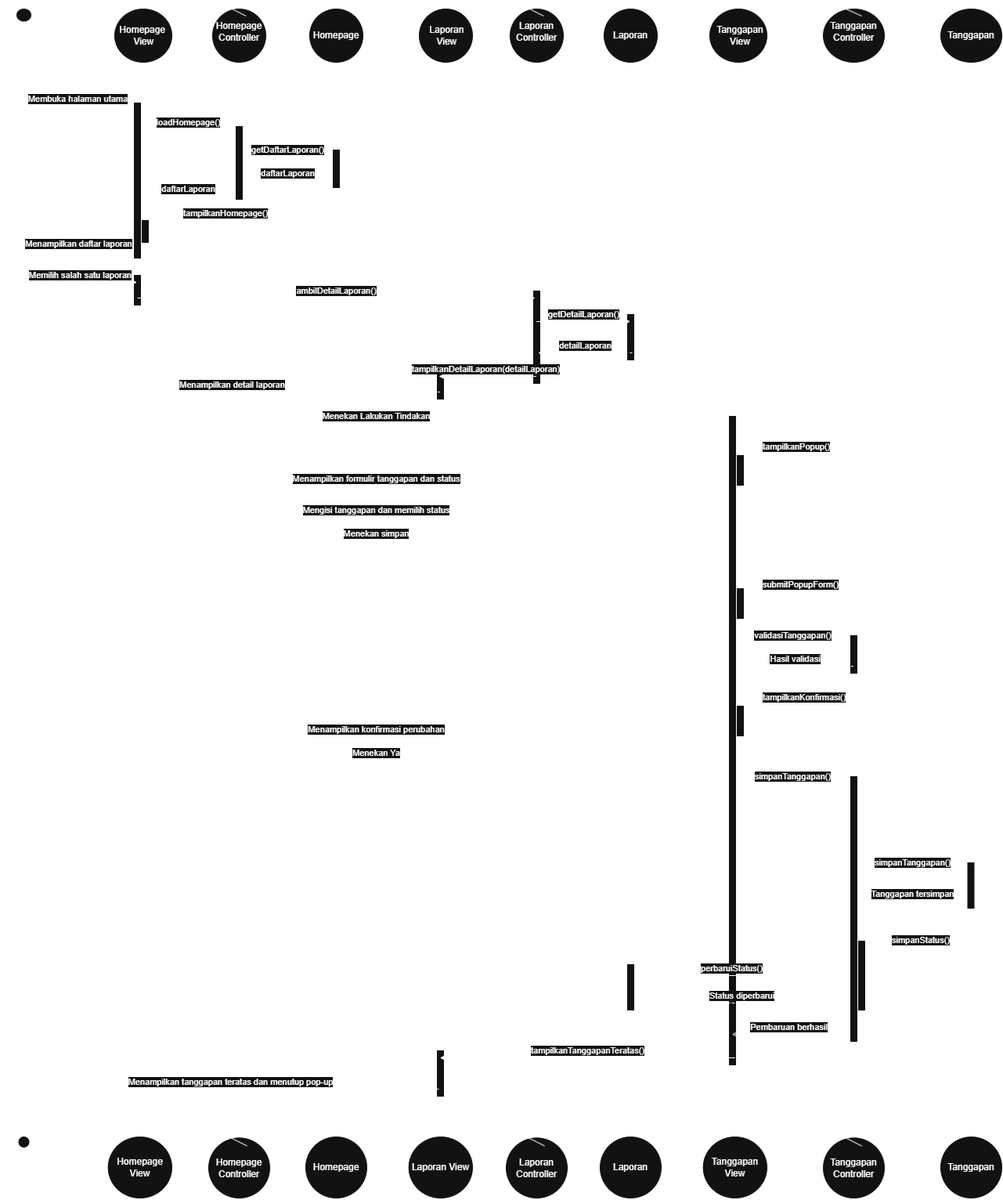
This is docs/M7/assets/diagram/diagramSekuensUC09Utama.drawio.png from ajalku/IF2150-RPL-K01-G01, a draw.io export, as it was before one commit. Source tidied: cells renumbered, new cells last; positions are measured from the earlier drawing's top-left corner, leaving out a move shared by most shapes.
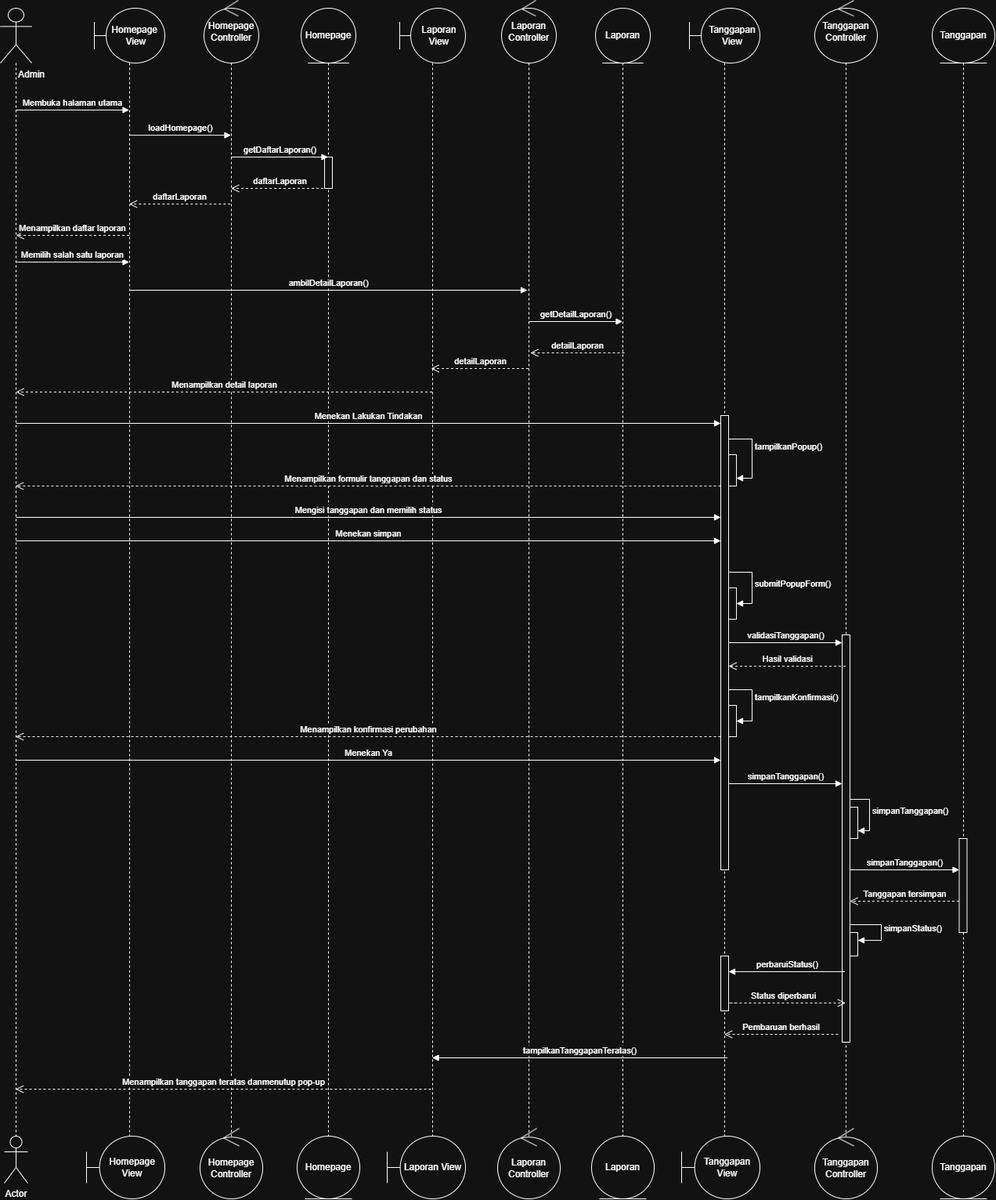
After the change.

Diff of the diagram source:
```diff
@@ -7,5 +7,2 @@
     </mxCell>
-    <mxCell id="3" style="html=1;points=[[0,0,0,0,5],[0,1,0,0,-5],[1,0,0,0,5],[1,1,0,0,-5]];perimeter=orthogonalPerimeter;outlineConnect=0;targetShapes=umlLifeline;portConstraint=eastwest;newEdgeStyle={&quot;curved&quot;:0,&quot;rounded&quot;:0};" parent="2" vertex="1">
-      <mxGeometry x="30" y="160" width="10" height="95" as="geometry" />
-    </mxCell>
     <mxCell id="4" value="Homepage" style="shape=umlLifeline;perimeter=lifelinePerimeter;whiteSpace=wrap;html=1;newEdgeStyle={&quot;curved&quot;:0,&quot;rounded&quot;:0};participant=umlEntity;size=70;" parent="1" vertex="1">
@@ -14,3 +11,3 @@
     <mxCell id="5" style="html=1;points=[[0,0,0,0,5],[0,1,0,0,-5],[1,0,0,0,5],[1,1,0,0,-5]];perimeter=orthogonalPerimeter;outlineConnect=0;targetShapes=umlLifeline;portConstraint=eastwest;newEdgeStyle={&quot;curved&quot;:0,&quot;rounded&quot;:0};" parent="4" vertex="1">
-      <mxGeometry x="30" y="180" width="10" height="50" as="geometry" />
+      <mxGeometry x="30" y="190" width="10" height="40" as="geometry" />
     </mxCell>
@@ -19,8 +16,2 @@
     </mxCell>
-    <mxCell id="7" style="html=1;perimeter=orthogonalPerimeter;targetShapes=umlLifeline;newEdgeStyle={&quot;curved&quot;:0,&quot;rounded&quot;:0};" parent="6" vertex="1">
-      <mxGeometry x="37" y="460" width="10" height="40" as="geometry" />
-    </mxCell>
-    <mxCell id="8" style="html=1;perimeter=orthogonalPerimeter;targetShapes=umlLifeline;newEdgeStyle={&quot;curved&quot;:0,&quot;rounded&quot;:0};" parent="6" vertex="1">
-      <mxGeometry x="37" y="1330" width="10" height="60" as="geometry" />
-    </mxCell>
     <mxCell id="9" value="Laporan Controller" style="shape=umlLifeline;perimeter=lifelinePerimeter;whiteSpace=wrap;html=1;outlineConnect=0;portConstraint=eastwest;newEdgeStyle={&quot;curved&quot;:0,&quot;rounded&quot;:0};participant=umlControl;size=80;" parent="1" vertex="1">
@@ -28,5 +19,2 @@
     </mxCell>
-    <mxCell id="10" style="html=1;perimeter=orthogonalPerimeter;targetShapes=umlLifeline;newEdgeStyle={&quot;curved&quot;:0,&quot;rounded&quot;:0};" parent="9" vertex="1">
-      <mxGeometry x="30" y="370" width="10" height="120" as="geometry" />
-    </mxCell>
     <mxCell id="11" value="Laporan" style="shape=umlLifeline;perimeter=lifelinePerimeter;whiteSpace=wrap;html=1;newEdgeStyle={&quot;curved&quot;:0,&quot;rounded&quot;:0};participant=umlEntity;size=70;" parent="1" vertex="1">
@@ -34,8 +22,2 @@
     </mxCell>
-    <mxCell id="12" style="html=1;points=[[0,0,0,0,5],[0,1,0,0,-5],[1,0,0,0,5],[1,1,0,0,-5]];perimeter=orthogonalPerimeter;outlineConnect=0;targetShapes=umlLifeline;portConstraint=eastwest;newEdgeStyle={&quot;curved&quot;:0,&quot;rounded&quot;:0};" parent="11" vertex="1">
-      <mxGeometry x="30" y="1220" width="10" height="60" as="geometry" />
-    </mxCell>
-    <mxCell id="13" style="html=1;perimeter=orthogonalPerimeter;targetShapes=umlLifeline;newEdgeStyle={&quot;curved&quot;:0,&quot;rounded&quot;:0};" parent="11" vertex="1">
-      <mxGeometry x="30" y="390" width="10" height="60" as="geometry" />
-    </mxCell>
     <mxCell id="14" style="shape=umlLifeline;perimeter=lifelinePerimeter;whiteSpace=wrap;html=1;outlineConnect=0;portConstraint=eastwest;newEdgeStyle={&quot;curved&quot;:0,&quot;rounded&quot;:0};participant=umlActor;size=70;" parent="1" vertex="1">
@@ -44,3 +26,3 @@
     <mxCell id="15" value="Admin" style="text;html=1;whiteSpace=wrap;strokeColor=none;fillColor=none;align=center;verticalAlign=middle;rounded=0;" parent="1" vertex="1">
-      <mxGeometry y="80" width="60" height="30" as="geometry" />
+      <mxGeometry x="20" y="80" width="60" height="30" as="geometry" />
     </mxCell>
@@ -49,19 +31,2 @@
     </mxCell>
-    <mxCell id="17" style="html=1;points=[[0,0,0,0,5],[0,1,0,0,-5],[1,0,0,0,5],[1,1,0,0,-5]];perimeter=orthogonalPerimeter;outlineConnect=0;targetShapes=umlLifeline;portConstraint=eastwest;newEdgeStyle={&quot;curved&quot;:0,&quot;rounded&quot;:0};" parent="16" vertex="1">
-      <mxGeometry x="50" y="270" width="10" height="30" as="geometry" />
-    </mxCell>
-    <mxCell id="18" value="tampilkanHomepage()" style="html=1;align=left;spacingLeft=2;endArrow=block;rounded=0;edgeStyle=orthogonalEdgeStyle;curved=0;rounded=0;" parent="16" edge="1" source="16" target="17">
-      <mxGeometry relative="1" as="geometry">
-        <Array as="points">
-          <mxPoint x="100" y="260" />
-          <mxPoint x="100" y="280" />
-        </Array>
-      </mxGeometry>
-    </mxCell>
-    <mxCell id="19" style="html=1;points=[[0,0,0,0,5],[0,1,0,0,-5],[1,0,0,0,5],[1,1,0,0,-5]];perimeter=orthogonalPerimeter;outlineConnect=0;targetShapes=umlLifeline;portConstraint=eastwest;newEdgeStyle={&quot;curved&quot;:0,&quot;rounded&quot;:0};" parent="16" vertex="1">
-      <mxGeometry x="40" y="120" width="10" height="200" as="geometry" />
-    </mxCell>
-    <mxCell id="20" style="html=1;perimeter=orthogonalPerimeter;targetShapes=umlLifeline;newEdgeStyle={&quot;curved&quot;:0,&quot;rounded&quot;:0};" parent="16" vertex="1">
-      <mxGeometry x="40" y="340" width="10" height="40" as="geometry" />
-    </mxCell>
     <mxCell id="21" value="&amp;nbsp; &amp;nbsp; &amp;nbsp; Tanggapan&lt;div&gt;&amp;nbsp; &amp;nbsp; &amp;nbsp; View&lt;/div&gt;" style="shape=umlLifeline;perimeter=lifelinePerimeter;whiteSpace=wrap;html=1;outlineConnect=0;portConstraint=eastwest;newEdgeStyle={&quot;curved&quot;:0,&quot;rounded&quot;:0};participant=umlBoundary;size=70;" parent="1" vertex="1">
@@ -83,3 +48,3 @@
     <mxCell id="24" style="html=1;points=[[0,0,0,0,5],[0,1,0,0,-5],[1,0,0,0,5],[1,1,0,0,-5]];perimeter=orthogonalPerimeter;outlineConnect=0;targetShapes=umlLifeline;portConstraint=eastwest;newEdgeStyle={&quot;curved&quot;:0,&quot;rounded&quot;:0};" parent="21" vertex="1">
-      <mxGeometry x="40" y="520" width="10" height="830" as="geometry" />
+      <mxGeometry x="40" y="520" width="10" height="580" as="geometry" />
     </mxCell>
@@ -109,2 +74,5 @@
     </mxCell>
+    <mxCell id="12" style="html=1;points=[[0,0,0,0,5],[0,1,0,0,-5],[1,0,0,0,5],[1,1,0,0,-5]];perimeter=orthogonalPerimeter;outlineConnect=0;targetShapes=umlLifeline;portConstraint=eastwest;newEdgeStyle={&quot;curved&quot;:0,&quot;rounded&quot;:0};" parent="21" vertex="1">
+      <mxGeometry x="40" y="1210" width="10" height="70" as="geometry" />
+    </mxCell>
     <mxCell id="29" value="Tanggapan" style="shape=umlLifeline;perimeter=lifelinePerimeter;whiteSpace=wrap;html=1;newEdgeStyle={&quot;curved&quot;:0,&quot;rounded&quot;:0};participant=umlEntity;size=70;" parent="1" vertex="1">
@@ -113,3 +81,3 @@
     <mxCell id="30" style="html=1;points=[[0,0,0,0,5],[0,1,0,0,-5],[1,0,0,0,5],[1,1,0,0,-5]];perimeter=orthogonalPerimeter;outlineConnect=0;targetShapes=umlLifeline;portConstraint=eastwest;newEdgeStyle={&quot;curved&quot;:0,&quot;rounded&quot;:0};" parent="29" vertex="1">
-      <mxGeometry x="34.5" y="1090" width="10" height="60" as="geometry" />
+      <mxGeometry x="34.5" y="1060" width="10" height="120" as="geometry" />
     </mxCell>
@@ -119,6 +87,17 @@
     <mxCell id="32" style="html=1;points=[[0,0,0,0,5],[0,1,0,0,-5],[1,0,0,0,5],[1,1,0,0,-5]];perimeter=orthogonalPerimeter;outlineConnect=0;targetShapes=umlLifeline;portConstraint=eastwest;newEdgeStyle={&quot;curved&quot;:0,&quot;rounded&quot;:0};" parent="31" vertex="1">
-      <mxGeometry x="35" y="990" width="10" height="340" as="geometry" />
+      <mxGeometry x="35" y="810" width="10" height="520" as="geometry" />
     </mxCell>
+    <mxCell id="75" style="html=1;points=[[0,0,0,0,5],[0,1,0,0,-5],[1,0,0,0,5],[1,1,0,0,-5]];perimeter=orthogonalPerimeter;outlineConnect=0;targetShapes=umlLifeline;portConstraint=eastwest;newEdgeStyle={&quot;curved&quot;:0,&quot;rounded&quot;:0};" parent="31" vertex="1">
+      <mxGeometry x="45" y="1030" width="10" height="40" as="geometry" />
+    </mxCell>
+    <mxCell id="76" value="simpanTanggapan()" style="html=1;align=left;spacingLeft=2;endArrow=block;rounded=0;edgeStyle=orthogonalEdgeStyle;curved=0;rounded=0;" parent="31" edge="1" source="32" target="75">
+      <mxGeometry relative="1" as="geometry">
+        <Array as="points">
+          <mxPoint x="70" y="1020" />
+          <mxPoint x="70" y="1060" />
+        </Array>
+      </mxGeometry>
+    </mxCell>
     <mxCell id="33" style="html=1;points=[[0,0,0,0,5],[0,1,0,0,-5],[1,0,0,0,5],[1,1,0,0,-5]];perimeter=orthogonalPerimeter;outlineConnect=0;targetShapes=umlLifeline;portConstraint=eastwest;newEdgeStyle={&quot;curved&quot;:0,&quot;rounded&quot;:0};" parent="31" vertex="1">
-      <mxGeometry x="45" y="1200" width="10" height="90" as="geometry" />
+      <mxGeometry x="45" y="1190" width="10" height="30" as="geometry" />
     </mxCell>
@@ -128,3 +107,3 @@
           <mxPoint x="85" y="1180" />
-          <mxPoint x="85" y="1230" />
+          <mxPoint x="85" y="1200" />
         </Array>
@@ -132,33 +111,39 @@
     </mxCell>
-    <mxCell id="35" style="html=1;points=[[0,0,0,0,5],[0,1,0,0,-5],[1,0,0,0,5],[1,1,0,0,-5]];perimeter=orthogonalPerimeter;outlineConnect=0;targetShapes=umlLifeline;portConstraint=eastwest;newEdgeStyle={&quot;curved&quot;:0,&quot;rounded&quot;:0};" parent="31" vertex="1">
-      <mxGeometry x="35" y="810" width="10" height="50" as="geometry" />
-    </mxCell>
-    <mxCell id="36" value="Membuka halaman utama" style="html=1;verticalAlign=bottom;endArrow=block;curved=0;rounded=0;entryX=0;entryY=0;entryDx=0;entryDy=5;entryPerimeter=0;" parent="1" edge="1" source="14" target="19">
-      <mxGeometry relative="1" as="geometry" />
+    <mxCell id="36" value="Membuka halaman utama" style="html=1;verticalAlign=bottom;endArrow=block;curved=0;rounded=0;" parent="1" edge="1" source="14">
+      <mxGeometry relative="1" as="geometry">
+        <mxPoint x="174.5" y="140" as="targetPoint" />
+      </mxGeometry>
     </mxCell>
-    <mxCell id="37" value="loadHomepage()" style="html=1;verticalAlign=bottom;endArrow=block;curved=0;rounded=0;entryX=0;entryY=0;entryDx=0;entryDy=5;entryPerimeter=0;" parent="1" edge="1" source="19" target="3">
-      <mxGeometry relative="1" as="geometry" />
+    <mxCell id="37" value="loadHomepage()" style="html=1;verticalAlign=bottom;endArrow=block;curved=0;rounded=0;" parent="1" edge="1">
+      <mxGeometry relative="1" as="geometry">
+        <mxPoint x="174.7" y="172.1" as="sourcePoint" />
+        <mxPoint x="304.5" y="172.1" as="targetPoint" />
+      </mxGeometry>
     </mxCell>
-    <mxCell id="38" value="getDaftarLaporan()" style="html=1;verticalAlign=bottom;endArrow=block;curved=0;rounded=0;" parent="1" edge="1" target="5">
+    <mxCell id="38" value="getDaftarLaporan()" style="html=1;verticalAlign=bottom;endArrow=block;curved=0;rounded=0;" parent="1" edge="1">
       <mxGeometry relative="1" as="geometry">
-        <mxPoint x="310" y="200" as="sourcePoint" />
+        <mxPoint x="304.7" y="200" as="sourcePoint" />
+        <mxPoint x="428.5" y="200" as="targetPoint" />
       </mxGeometry>
     </mxCell>
-    <mxCell id="39" value="daftarLaporan" style="html=1;verticalAlign=bottom;endArrow=open;dashed=1;endSize=8;curved=0;rounded=0;" parent="1" edge="1" target="3">
+    <mxCell id="39" value="daftarLaporan" style="html=1;verticalAlign=bottom;endArrow=open;dashed=1;endSize=8;curved=0;rounded=0;" parent="1" edge="1">
       <mxGeometry relative="1" as="geometry">
-        <mxPoint x="423.8" y="230" as="sourcePoint" />
+        <mxPoint x="428.5" y="240" as="sourcePoint" />
+        <mxPoint x="304.7" y="240" as="targetPoint" />
       </mxGeometry>
     </mxCell>
-    <mxCell id="40" value="daftarLaporan" style="html=1;verticalAlign=bottom;endArrow=open;dashed=1;endSize=8;curved=0;rounded=0;exitX=0;exitY=1;exitDx=0;exitDy=-5;exitPerimeter=0;" parent="1" edge="1" source="3" target="19">
-      <mxGeometry relative="1" as="geometry" />
+    <mxCell id="40" value="daftarLaporan" style="html=1;verticalAlign=bottom;endArrow=open;dashed=1;endSize=8;curved=0;rounded=0;" parent="1" edge="1" target="16">
+      <mxGeometry relative="1" as="geometry">
+        <mxPoint x="303.8" y="260" as="sourcePoint" />
+      </mxGeometry>
     </mxCell>
-    <mxCell id="41" value="Menampilkan daftar laporan" style="html=1;verticalAlign=bottom;endArrow=open;dashed=1;endSize=8;curved=0;rounded=0;" parent="1" edge="1" source="19">
+    <mxCell id="41" value="Menampilkan daftar laporan" style="html=1;verticalAlign=bottom;endArrow=open;dashed=1;endSize=8;curved=0;rounded=0;" parent="1" edge="1">
       <mxGeometry relative="1" as="geometry">
-        <mxPoint x="30" y="320" as="targetPoint" />
+        <mxPoint x="174.5" y="300" as="sourcePoint" />
+        <mxPoint x="30" y="300" as="targetPoint" />
       </mxGeometry>
     </mxCell>
-    <mxCell id="42" value="Memilih salah satu laporan" style="html=1;verticalAlign=bottom;endArrow=block;curved=0;rounded=0;" parent="1" edge="1">
+    <mxCell id="42" value="Memilih salah satu laporan" style="html=1;verticalAlign=bottom;endArrow=block;curved=0;rounded=0;" parent="1" edge="1" target="16">
       <mxGeometry relative="1" as="geometry">
-        <mxPoint x="30" y="360" as="sourcePoint" />
-        <mxPoint x="174.5" y="360" as="targetPoint" />
+        <mxPoint x="30" y="334.1" as="sourcePoint" />
       </mxGeometry>
@@ -167,4 +152,4 @@
       <mxGeometry relative="1" as="geometry">
-        <mxPoint x="175" y="380" as="sourcePoint" />
-        <mxPoint x="683" y="380" as="targetPoint" />
+        <mxPoint x="175" y="370" as="sourcePoint" />
+        <mxPoint x="683" y="370" as="targetPoint" />
       </mxGeometry>
@@ -183,2 +168,7 @@
     </mxCell>
+    <mxCell id="77" value="detailLaporan" style="html=1;verticalAlign=bottom;endArrow=open;dashed=1;endSize=8;curved=0;rounded=0;" parent="1" edge="1" source="9">
+      <mxGeometry relative="1" as="geometry">
+        <mxPoint x="560" y="470" as="targetPoint" />
+      </mxGeometry>
+    </mxCell>
     <mxCell id="46" value="Menampilkan detail laporan" style="html=1;verticalAlign=bottom;endArrow=open;dashed=1;endSize=8;curved=0;rounded=0;" parent="1" edge="1" source="6">
@@ -209,3 +199,3 @@
     </mxCell>
-    <mxCell id="51" value="validasiTanggapan()" style="html=1;verticalAlign=bottom;endArrow=block;curved=0;rounded=0;" parent="1" edge="1" target="35">
+    <mxCell id="51" value="validasiTanggapan()" style="html=1;verticalAlign=bottom;endArrow=block;curved=0;rounded=0;" parent="1" edge="1" target="32">
       <mxGeometry relative="1" as="geometry">
@@ -246,7 +236,7 @@
     </mxCell>
-    <mxCell id="58" value="Status diperbarui" style="html=1;verticalAlign=bottom;endArrow=open;dashed=1;endSize=8;curved=0;rounded=0;" parent="1" edge="1" target="32">
-      <mxGeometry x="0.33" relative="1" as="geometry">
+    <mxCell id="58" value="Status diperbarui" style="html=1;verticalAlign=bottom;endArrow=open;dashed=1;endSize=8;curved=0;rounded=0;" parent="1" edge="1" target="31">
+      <mxGeometry relative="1" as="geometry">
         <mxPoint x="950" y="1280" as="sourcePoint" />
         <Array as="points">
-          <mxPoint x="810" y="1280" />
+          <mxPoint x="940" y="1280" />
         </Array>
@@ -254,5 +244,6 @@
     </mxCell>
-    <mxCell id="59" value="perbaruiStatus()" style="html=1;verticalAlign=bottom;endArrow=block;curved=0;rounded=0;" parent="1" edge="1" target="12">
+    <mxCell id="59" value="perbaruiStatus()" style="html=1;verticalAlign=bottom;endArrow=block;curved=0;rounded=0;entryX=1;entryY=1;entryDx=0;entryDy=-5;entryPerimeter=0;" parent="1" edge="1">
       <mxGeometry relative="1" as="geometry">
-        <mxPoint x="1060" y="1245" as="sourcePoint" />
+        <mxPoint x="1088.5" y="1240" as="sourcePoint" />
+        <mxPoint x="940" y="1240" as="targetPoint" />
       </mxGeometry>
@@ -269,3 +260,3 @@
     </mxCell>
-    <mxCell id="62" value="Menampilkan tanggapan teratas dan menutup pop-up" style="html=1;verticalAlign=bottom;endArrow=open;dashed=1;endSize=8;curved=0;rounded=0;" parent="1" edge="1" target="14">
+    <mxCell id="62" value="Menampilkan tanggapan teratas danmenutup pop-up" style="html=1;verticalAlign=bottom;endArrow=open;dashed=1;endSize=8;curved=0;rounded=0;" parent="1" edge="1" target="14">
       <mxGeometry relative="1" as="geometry">
@@ -274,3 +265,3 @@
     </mxCell>
-    <mxCell id="63" value="Admin" style="shape=umlActor;verticalLabelPosition=bottom;verticalAlign=top;html=1;" parent="1" vertex="1">
+    <mxCell id="63" value="Actor" style="shape=umlActor;verticalLabelPosition=bottom;verticalAlign=top;html=1;" parent="1" vertex="1">
       <mxGeometry x="15" y="1450" width="30" height="60" as="geometry" />
@@ -304,12 +295,2 @@
     </mxCell>
-    <mxCell id="73" style="html=1;verticalAlign=bottom;endArrow=block;curved=0;rounded=0;" parent="1" edge="1" target="32">
-      <mxGeometry relative="1" as="geometry">
-        <mxPoint x="1040" y="1245" as="sourcePoint" />
-      </mxGeometry>
-    </mxCell>
-    <mxCell id="74" value="tampilkanDetailLaporan(detailLaporan)" style="html=1;verticalAlign=bottom;endArrow=block;curved=0;rounded=0;" parent="1" edge="1" source="9">
-      <mxGeometry x="0.04" relative="1" as="geometry">
-        <mxPoint x="560" y="480" as="targetPoint" />
-      </mxGeometry>
-    </mxCell>
   </root>
```
